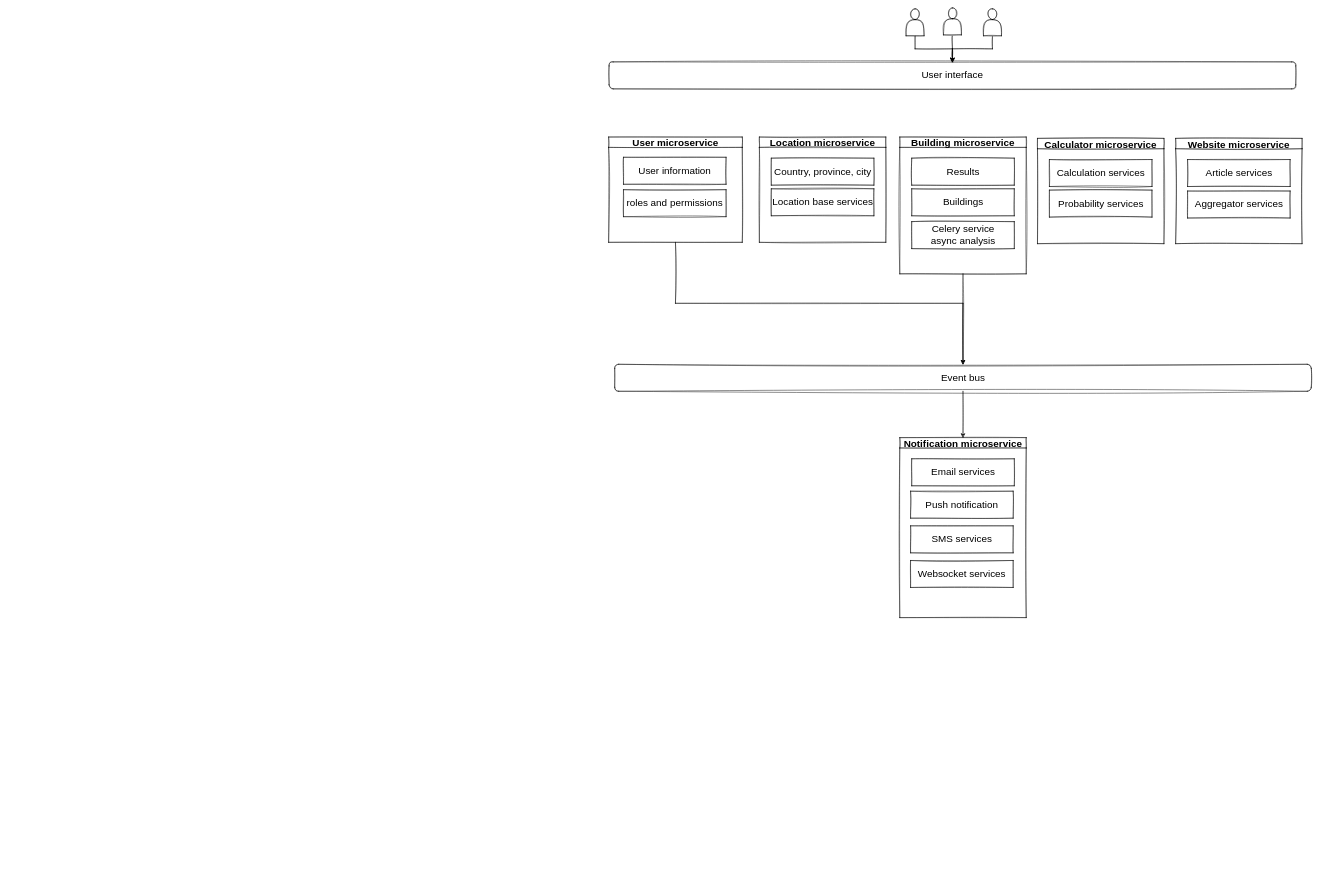
Above: mita.drawio in sadeghesfahani/Blogify (draw.io), before the change. Source tidied: cells renumbered, new cells numbered last; positions are measured from the earlier drawing's top-left corner, leaving out a move shared by most shapes. Both pictures are drawn from the tidied source at 45%, with x=0, y=0 at pixel (608, 8).
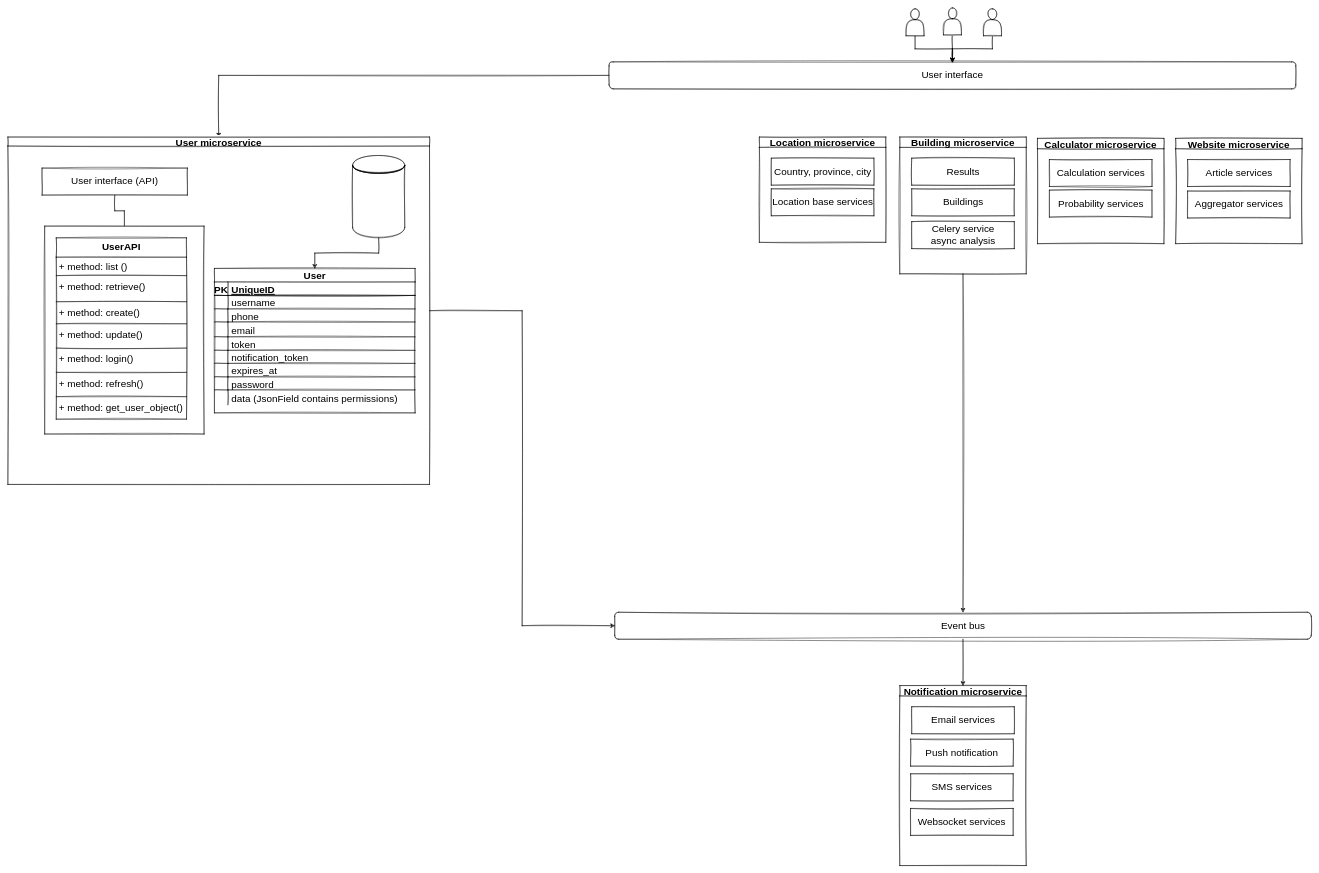
Above is the later version.

The change refers to these unchanged cells:
```xml
<mxCell id="2" value="&lt;font style=&quot;font-size: 22px&quot;&gt;User interface&lt;/font&gt;" style="rounded=1;whiteSpace=wrap;html=1;sketch=1;" parent="1" vertex="1">
  <mxGeometry x="1" y="120" width="1526" height="60" as="geometry" />
</mxCell>
```

Change to the diagram source:
```diff
@@
+    <mxCell id="34" style="edgeStyle=orthogonalEdgeStyle;rounded=0;sketch=1;jettySize=auto;html=1;entryX=0.5;entryY=0;entryDx=0;entryDy=0;fontSize=22;" parent="1" edge="1" source="2" target="10">
+      <mxGeometry relative="1" as="geometry" />
+    </mxCell>
@@
-    <mxCell id="9" style="edgeStyle=orthogonalEdgeStyle;rounded=0;sketch=1;jettySize=auto;html=1;fontSize=22;" parent="1" edge="1" source="10" target="33">
-      <mxGeometry relative="1" as="geometry" />
-    </mxCell>
-    <mxCell id="10" value="User microservice" style="swimlane;sketch=1;fontSize=22;" parent="1" vertex="1">
-      <mxGeometry y="287" width="297" height="234" as="geometry" />
-    </mxCell>
-    <mxCell id="11" value="User information" style="rounded=0;whiteSpace=wrap;html=1;sketch=1;fontSize=22;" parent="10" vertex="1">
-      <mxGeometry x="33" y="45" width="228" height="60" as="geometry" />
-    </mxCell>
-    <mxCell id="12" value="roles and permissions" style="rounded=0;whiteSpace=wrap;html=1;sketch=1;fontSize=22;" parent="10" vertex="1">
-      <mxGeometry x="33" y="117" width="228" height="60" as="geometry" />
-    </mxCell>
@@
     <mxCell id="27" value="Notification microservice" style="swimlane;sketch=1;fontSize=22;" parent="1" vertex="1">
-      <mxGeometry x="647" y="955" width="281" height="400" as="geometry" />
+      <mxGeometry x="647" y="1506" width="281" height="400" as="geometry" />
     </mxCell>
@@
     <mxCell id="33" value="Event bus" style="rounded=1;whiteSpace=wrap;html=1;sketch=1;fontSize=22;" parent="1" vertex="1">
-      <mxGeometry x="13.5" y="792" width="1548" height="60" as="geometry" />
+      <mxGeometry x="13.5" y="1343" width="1548" height="60" as="geometry" />
     </mxCell>
+    <mxCell id="9" style="edgeStyle=orthogonalEdgeStyle;rounded=0;sketch=1;jettySize=auto;html=1;entryX=0;entryY=0.5;entryDx=0;entryDy=0;fontSize=22;" parent="1" edge="1" source="10" target="33">
+      <mxGeometry relative="1" as="geometry" />
+    </mxCell>
+    <mxCell id="10" value="User microservice" style="swimlane;startSize=20;horizontal=1;containerType=tree;newEdgeStyle={&quot;edgeStyle&quot;:&quot;elbowEdgeStyle&quot;,&quot;startArrow&quot;:&quot;none&quot;,&quot;endArrow&quot;:&quot;none&quot;};glass=0;sketch=1;fontSize=22;" parent="1" vertex="1">
+      <mxGeometry x="-1335" y="287" width="937" height="772" as="geometry" />
+    </mxCell>
+    <mxCell id="35" style="edgeStyle=elbowEdgeStyle;elbow=vertical;startArrow=none;endArrow=none;rounded=0;sketch=1;fontSize=22;" parent="10" edge="1" source="36" target="37">
+      <mxGeometry relative="1" as="geometry" />
+    </mxCell>
+    <mxCell id="36" value="User interface (API)" style="whiteSpace=wrap;html=1;align=center;newEdgeStyle={&quot;edgeStyle&quot;:&quot;elbowEdgeStyle&quot;,&quot;startArrow&quot;:&quot;none&quot;,&quot;endArrow&quot;:&quot;none&quot;};glass=0;sketch=1;fontSize=22;" parent="10" vertex="1">
+      <mxGeometry x="76" y="69" width="323" height="60" as="geometry" />
+    </mxCell>
+    <mxCell id="37" style="whiteSpace=wrap;html=1;align=center;verticalAlign=middle;newEdgeStyle={&quot;edgeStyle&quot;:&quot;elbowEdgeStyle&quot;,&quot;startArrow&quot;:&quot;none&quot;,&quot;endArrow&quot;:&quot;none&quot;};glass=0;sketch=1;fontSize=22;" parent="10" vertex="1">
+      <mxGeometry x="81.8" y="198" width="354.2" height="462" as="geometry" />
+    </mxCell>
+    <mxCell id="38" value="User" style="shape=table;startSize=30;childLayout=tableLayout;rowLines=5;fontStyle=1;align=center;glass=0;sketch=1;fontSize=22;flipV=0;flipH=0;" parent="10" vertex="1">
+      <mxGeometry x="459" y="292" width="446" height="321" as="geometry" />
+    </mxCell>
+    <mxCell id="39" style="shape=tableRow;horizontal=0;startSize=0;swimlaneHead=0;swimlaneBody=0;fillColor=none;top=0;left=0;right=0;bottom=1;glass=0;sketch=1;fontSize=22;" parent="38" vertex="1">
+      <mxGeometry y="30" width="446" height="30" as="geometry" />
+    </mxCell>
+    <mxCell id="40" value="PK" style="shape=partialRectangle;fillColor=none;top=0;left=0;bottom=0;right=0;fontStyle=1;overflow=hidden;glass=0;sketch=1;fontSize=22;" parent="39" vertex="1">
+      <mxGeometry width="30" height="30" as="geometry" />
+    </mxCell>
+    <mxCell id="41" value="UniqueID" style="shape=partialRectangle;fillColor=none;top=0;left=0;bottom=0;right=0;align=left;spacingLeft=6;fontStyle=5;overflow=hidden;glass=0;sketch=1;fontSize=22;" parent="39" vertex="1">
+      <mxGeometry x="30" width="416" height="30" as="geometry" />
+    </mxCell>
+    <mxCell id="42" style="shape=tableRow;horizontal=0;startSize=0;swimlaneHead=0;swimlaneBody=0;fillColor=none;top=0;left=0;right=0;bottom=0;glass=0;sketch=1;fontSize=22;" parent="38" vertex="1">
+      <mxGeometry y="60" width="446" height="30" as="geometry" />
+    </mxCell>
+    <mxCell id="43" style="shape=partialRectangle;fillColor=none;top=0;left=0;bottom=0;right=0;overflow=hidden;glass=0;sketch=1;fontSize=22;" parent="42" vertex="1">
+      <mxGeometry width="30" height="30" as="geometry" />
+    </mxCell>
+    <mxCell id="44" value="username" style="shape=partialRectangle;fillColor=none;top=0;left=0;bottom=0;right=0;align=left;spacingLeft=6;overflow=hidden;glass=0;sketch=1;fontSize=22;" parent="42" vertex="1">
+      <mxGeometry x="30" width="416" height="30" as="geometry" />
+    </mxCell>
+    <mxCell id="45" style="shape=tableRow;horizontal=0;startSize=0;swimlaneHead=0;swimlaneBody=0;fillColor=none;top=0;left=0;right=0;bottom=0;glass=0;sketch=1;fontSize=22;" parent="38" vertex="1">
+      <mxGeometry y="90" width="446" height="29" as="geometry" />
+    </mxCell>
+    <mxCell id="46" style="shape=partialRectangle;fillColor=none;top=0;left=0;bottom=0;right=0;overflow=hidden;glass=0;sketch=1;fontSize=22;" parent="45" vertex="1">
+      <mxGeometry width="30" height="29" as="geometry" />
+    </mxCell>
+    <mxCell id="47" value="phone" style="shape=partialRectangle;fillColor=none;top=0;left=0;bottom=0;right=0;align=left;spacingLeft=6;overflow=hidden;glass=0;sketch=1;fontSize=22;shadow=0;" parent="45" vertex="1">
+      <mxGeometry x="30" width="416" height="29" as="geometry" />
+    </mxCell>
+    <mxCell id="48" style="shape=tableRow;horizontal=0;startSize=0;swimlaneHead=0;swimlaneBody=0;fillColor=none;top=0;left=0;right=0;bottom=0;glass=0;sketch=1;fontSize=22;" parent="38" vertex="1">
+      <mxGeometry y="119" width="446" height="33" as="geometry" />
+    </mxCell>
+    <mxCell id="49" value="&#10;&#10;&#10;" style="shape=partialRectangle;fillColor=none;top=0;left=0;bottom=0;right=0;overflow=hidden;glass=0;sketch=1;fontSize=22;" parent="48" vertex="1">
+      <mxGeometry width="30" height="33" as="geometry" />
+    </mxCell>
+    <mxCell id="50" value="email" style="shape=partialRectangle;fillColor=none;top=0;left=0;bottom=0;right=0;align=left;spacingLeft=6;overflow=hidden;glass=0;sketch=1;fontSize=22;" parent="48" vertex="1">
+      <mxGeometry x="30" width="416" height="33" as="geometry" />
+    </mxCell>
+    <mxCell id="51" style="shape=tableRow;horizontal=0;startSize=0;swimlaneHead=0;swimlaneBody=0;fillColor=none;top=0;left=0;right=0;bottom=0;glass=0;sketch=1;fontSize=22;" parent="38" vertex="1">
+      <mxGeometry y="152" width="446" height="30" as="geometry" />
+    </mxCell>
+    <mxCell id="52" style="shape=partialRectangle;fillColor=none;top=0;left=0;bottom=0;right=0;overflow=hidden;glass=0;sketch=1;fontSize=22;" parent="51" vertex="1">
+      <mxGeometry width="30" height="30" as="geometry" />
+    </mxCell>
+    <mxCell id="53" value="token" style="shape=partialRectangle;fillColor=none;top=0;left=0;bottom=0;right=0;align=left;spacingLeft=6;overflow=hidden;glass=0;sketch=1;fontSize=22;" parent="51" vertex="1">
+      <mxGeometry x="30" width="416" height="30" as="geometry" />
+    </mxCell>
+    <mxCell id="54" style="shape=tableRow;horizontal=0;startSize=0;swimlaneHead=0;swimlaneBody=0;fillColor=none;top=0;left=0;right=0;bottom=0;glass=0;sketch=1;fontSize=22;" parent="38" vertex="1">
+      <mxGeometry y="182" width="446" height="29" as="geometry" />
+    </mxCell>
+    <mxCell id="55" style="shape=partialRectangle;fillColor=none;top=0;left=0;bottom=0;right=0;overflow=hidden;glass=0;sketch=1;fontSize=22;" parent="54" vertex="1">
+      <mxGeometry width="30" height="29" as="geometry" />
+    </mxCell>
+    <mxCell id="56" value="notification_token" style="shape=partialRectangle;fillColor=none;top=0;left=0;bottom=0;right=0;align=left;spacingLeft=6;overflow=hidden;glass=0;sketch=1;fontSize=22;shadow=0;" parent="54" vertex="1">
+      <mxGeometry x="30" width="416" height="29" as="geometry" />
+    </mxCell>
+    <mxCell id="57" style="shape=tableRow;horizontal=0;startSize=0;swimlaneHead=0;swimlaneBody=0;fillColor=none;top=0;left=0;right=0;bottom=0;glass=0;sketch=1;fontSize=22;" parent="38" vertex="1">
+      <mxGeometry y="211" width="446" height="30" as="geometry" />
+    </mxCell>
+    <mxCell id="58" style="shape=partialRectangle;fillColor=none;top=0;left=0;bottom=0;right=0;overflow=hidden;glass=0;sketch=1;fontSize=22;" parent="57" vertex="1">
+      <mxGeometry width="30" height="30" as="geometry" />
+    </mxCell>
+    <mxCell id="59" value="expires_at" style="shape=partialRectangle;fillColor=none;top=0;left=0;bottom=0;right=0;align=left;spacingLeft=6;overflow=hidden;glass=0;sketch=1;fontSize=22;" parent="57" vertex="1">
+      <mxGeometry x="30" width="416" height="30" as="geometry" />
+    </mxCell>
+    <mxCell id="60" style="shape=tableRow;horizontal=0;startSize=0;swimlaneHead=0;swimlaneBody=0;fillColor=none;top=0;left=0;right=0;bottom=0;glass=0;sketch=1;fontSize=22;" parent="38" vertex="1">
+      <mxGeometry y="241" width="446" height="29" as="geometry" />
+    </mxCell>
+    <mxCell id="61" style="shape=partialRectangle;fillColor=none;top=0;left=0;bottom=0;right=0;overflow=hidden;glass=0;sketch=1;fontSize=22;" parent="60" vertex="1">
+      <mxGeometry width="30" height="29" as="geometry" />
+    </mxCell>
+    <mxCell id="62" value="password" style="shape=partialRectangle;fillColor=none;top=0;left=0;bottom=0;right=0;align=left;spacingLeft=6;overflow=hidden;glass=0;sketch=1;fontSize=22;shadow=0;" parent="60" vertex="1">
+      <mxGeometry x="30" width="416" height="29" as="geometry" />
+    </mxCell>
+    <mxCell id="63" style="shape=tableRow;horizontal=0;startSize=0;swimlaneHead=0;swimlaneBody=0;fillColor=none;top=0;left=0;right=0;bottom=0;glass=0;sketch=1;fontSize=22;" parent="38" vertex="1">
+      <mxGeometry y="270" width="446" height="33" as="geometry" />
+    </mxCell>
+    <mxCell id="64" value="&#10;&#10;&#10;" style="shape=partialRectangle;fillColor=none;top=0;left=0;bottom=0;right=0;overflow=hidden;glass=0;sketch=1;fontSize=22;" parent="63" vertex="1">
+      <mxGeometry width="30" height="33" as="geometry" />
+    </mxCell>
+    <mxCell id="65" value="data (JsonField contains permissions)" style="shape=partialRectangle;fillColor=none;top=0;left=0;bottom=0;right=0;align=left;spacingLeft=6;overflow=hidden;glass=0;sketch=1;fontSize=22;" parent="63" vertex="1">
+      <mxGeometry x="30" width="416" height="33" as="geometry" />
+    </mxCell>
+    <mxCell id="66" style="shape=datastore;whiteSpace=wrap;html=1;shadow=0;glass=0;sketch=1;fontSize=22;" parent="10" vertex="1">
+      <mxGeometry x="766" y="40" width="116" height="184" as="geometry" />
+    </mxCell>
+    <mxCell id="67" value="UserAPI" style="swimlane;fontStyle=1;align=center;verticalAlign=top;horizontal=1;startSize=43;shadow=0;glass=0;sketch=1;fontSize=22;html=0;" parent="10" vertex="1">
+      <mxGeometry x="107.5" y="224" width="289.5" height="403" as="geometry" />
+    </mxCell>
+    <mxCell id="68" value="+ method: list ()" style="text;strokeColor=none;fillColor=none;align=left;verticalAlign=top;spacingLeft=4;spacingRight=4;overflow=hidden;points=[[0,0.5],[1,0.5]];portConstraint=eastwest;shadow=0;glass=0;sketch=1;fontSize=22;html=0;" parent="67" vertex="1">
+      <mxGeometry y="43" width="289.5" height="37" as="geometry" />
+    </mxCell>
+    <mxCell id="69" style="line;strokeWidth=1;fillColor=none;align=left;verticalAlign=middle;spacingTop=-1;spacingLeft=3;spacingRight=3;labelPosition=right;shadow=0;glass=0;sketch=1;fontSize=22;html=0;" parent="67" vertex="1">
+      <mxGeometry y="80" width="289.5" height="8" as="geometry" />
+    </mxCell>
+    <mxCell id="70" value="+ method: retrieve()" style="text;strokeColor=none;fillColor=none;align=left;verticalAlign=top;spacingLeft=4;spacingRight=4;overflow=hidden;shadow=0;glass=0;sketch=1;fontSize=22;html=0;" parent="67" vertex="1">
+      <mxGeometry y="88" width="289.5" height="50" as="geometry" />
+    </mxCell>
+    <mxCell id="71" style="line;strokeWidth=1;fillColor=none;align=left;verticalAlign=middle;spacingTop=-1;spacingLeft=3;spacingRight=3;labelPosition=right;shadow=0;glass=0;sketch=1;fontSize=22;html=0;" parent="67" vertex="1">
+      <mxGeometry y="138" width="289.5" height="8" as="geometry" />
+    </mxCell>
+    <mxCell id="72" value="+ method: create()" style="text;strokeColor=none;fillColor=none;align=left;verticalAlign=top;spacingLeft=4;spacingRight=4;overflow=hidden;shadow=0;glass=0;sketch=1;fontSize=22;html=0;" parent="67" vertex="1">
+      <mxGeometry y="146" width="289.5" height="41" as="geometry" />
+    </mxCell>
+    <mxCell id="73" style="line;strokeWidth=1;fillColor=none;align=left;verticalAlign=middle;spacingTop=-1;spacingLeft=3;spacingRight=3;labelPosition=right;shadow=0;glass=0;sketch=1;fontSize=22;html=0;" parent="67" vertex="1">
+      <mxGeometry y="187" width="289.5" height="8" as="geometry" />
+    </mxCell>
+    <mxCell id="74" value="+ method: update()" style="text;strokeColor=none;fillColor=none;align=left;verticalAlign=top;spacingLeft=4;spacingRight=4;overflow=hidden;shadow=0;glass=0;sketch=1;fontSize=22;html=0;" parent="67" vertex="1">
+      <mxGeometry y="195" width="289.5" height="46" as="geometry" />
+    </mxCell>
+    <mxCell id="75" style="line;strokeWidth=1;fillColor=none;align=left;verticalAlign=middle;spacingTop=-1;spacingLeft=3;spacingRight=3;labelPosition=right;shadow=0;glass=0;sketch=1;fontSize=22;html=0;" parent="67" vertex="1">
+      <mxGeometry y="241" width="289.5" height="8" as="geometry" />
+    </mxCell>
+    <mxCell id="76" value="+ method: login()" style="text;strokeColor=none;fillColor=none;align=left;verticalAlign=top;spacingLeft=4;spacingRight=4;overflow=hidden;shadow=0;glass=0;sketch=1;fontSize=22;html=0;" parent="67" vertex="1">
+      <mxGeometry y="249" width="289.5" height="46" as="geometry" />
+    </mxCell>
+    <mxCell id="77" style="line;strokeWidth=1;fillColor=none;align=left;verticalAlign=middle;spacingTop=-1;spacingLeft=3;spacingRight=3;labelPosition=right;shadow=0;glass=0;sketch=1;fontSize=22;html=0;" parent="67" vertex="1">
+      <mxGeometry y="295" width="289.5" height="8" as="geometry" />
+    </mxCell>
+    <mxCell id="78" value="+ method: refresh()" style="text;strokeColor=none;fillColor=none;align=left;verticalAlign=top;spacingLeft=4;spacingRight=4;overflow=hidden;shadow=0;glass=0;sketch=1;fontSize=22;html=0;" parent="67" vertex="1">
+      <mxGeometry y="303" width="289.5" height="46" as="geometry" />
+    </mxCell>
+    <mxCell id="79" style="edgeStyle=orthogonalEdgeStyle;rounded=0;sketch=1;orthogonalLoop=1;jettySize=auto;html=1;exitX=1;exitY=0.5;exitDx=0;exitDy=0;fontSize=22;" parent="67" edge="1" source="68" target="68">
+      <mxGeometry relative="1" as="geometry" />
+    </mxCell>
+    <mxCell id="80" style="line;strokeWidth=1;fillColor=none;align=left;verticalAlign=middle;spacingTop=-1;spacingLeft=3;spacingRight=3;labelPosition=right;shadow=0;glass=0;sketch=1;fontSize=22;html=0;" parent="67" vertex="1">
+      <mxGeometry y="349" width="289.5" height="8" as="geometry" />
+    </mxCell>
+    <mxCell id="81" value="+ method: get_user_object()" style="text;strokeColor=none;fillColor=none;align=left;verticalAlign=top;spacingLeft=4;spacingRight=4;overflow=hidden;shadow=0;glass=0;sketch=1;fontSize=22;html=0;" parent="67" vertex="1">
+      <mxGeometry y="357" width="289.5" height="46" as="geometry" />
+    </mxCell>
+    <mxCell id="82" style="edgeStyle=orthogonalEdgeStyle;rounded=0;sketch=1;jettySize=auto;html=1;fontSize=22;entryX=0.5;entryY=0;entryDx=0;entryDy=0;" parent="10" edge="1" source="66" target="38">
+      <mxGeometry relative="1" as="geometry" />
+    </mxCell>
```
